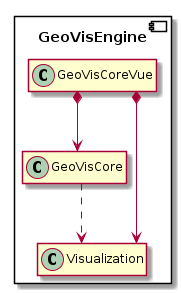
Before: docs/src/diagrams/out/c3_geo_vis_engine.png, a diagram exported from PlantUML (damiankoper/geovis). Source of this version:
```plantuml
@startuml
skinparam Linetype ortho
hide empty members
component "GeoVisEngine\n"{
    class GeoVisCoreVue
    class GeoVisCore
    class Visualization
    GeoVisCoreVue *--> GeoVisCore
    GeoVisCoreVue *--> Visualization
    GeoVisCore ..> Visualization
}


@enduml
```
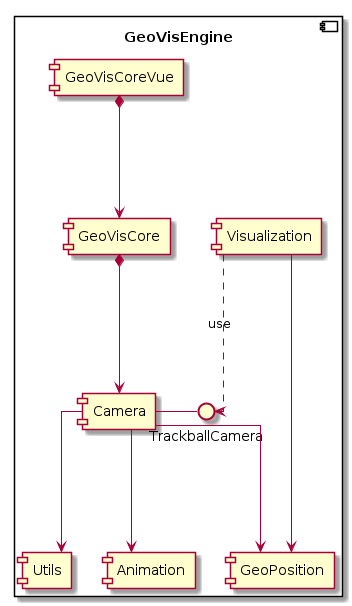
The same diagram one commit later.

Change to the diagram source:
```diff
@@ -1,14 +1,28 @@
 @startuml
-skinparam Linetype ortho
+skinparam linetype ortho
 hide empty members
-component "GeoVisEngine\n"{
-    class GeoVisCoreVue
-    class GeoVisCore
-    class Visualization
-    GeoVisCoreVue *--> GeoVisCore
-    GeoVisCoreVue *--> Visualization
-    GeoVisCore ..> Visualization
-}
+
+    component "GeoVisEngine\n"{
+    component GeoVisCoreVue
+    component GeoVisCore
 
 
+
+    component Animation
+    component Camera
+    component GeoPosition
+    component Utils
+    component Visualization
+
+    Camera - TrackballCamera
+
+    Visualization ..> TrackballCamera : use
+    Visualization --> GeoPosition
+    Camera --> GeoPosition
+    Camera --> Utils
+    Camera --> Animation
+
+    GeoVisCoreVue *--> GeoVisCore
+    GeoVisCore *--> Camera
+    }
 @enduml
```
